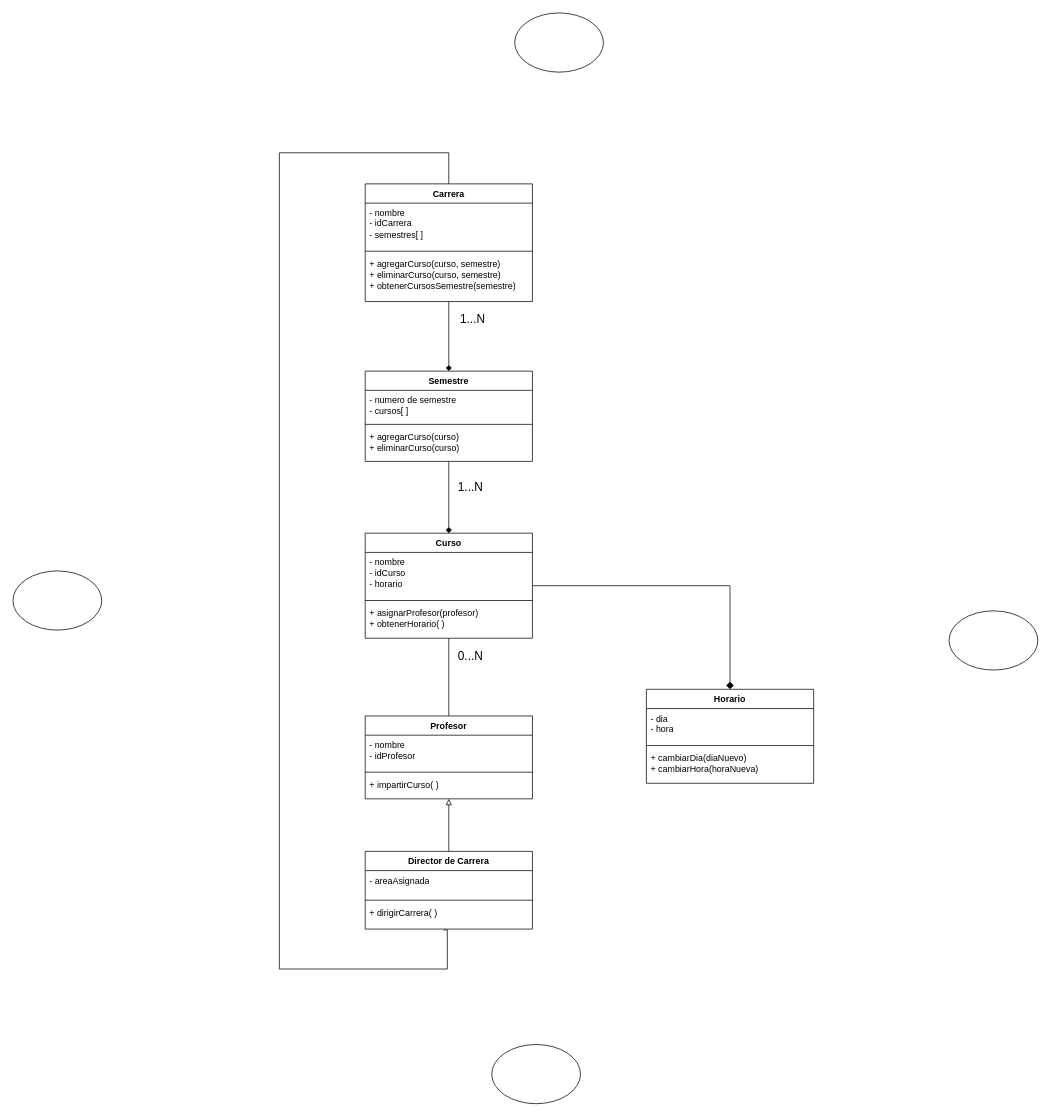
Earlier version of the draw.io diagram Untitled Diagram.drawio (Hyasmin96/Hyasmin96). Source tidied: cells renumbered, new cells numbered last; positions are measured from the earlier drawing's top-left corner, leaving out a move shared by most shapes. Both pictures are drawn from the tidied source at 74%, with x=0, y=0 at pixel (13, 13).
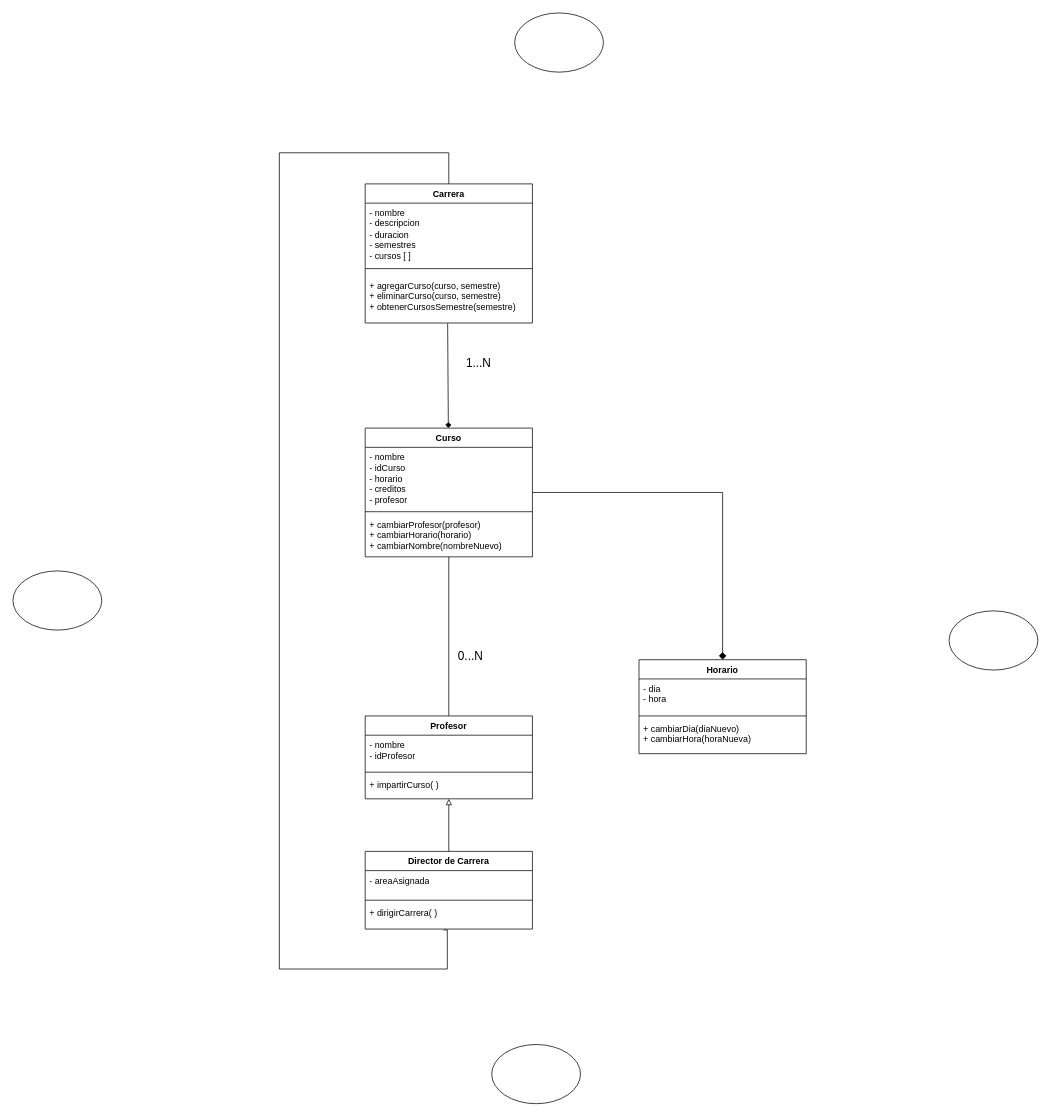
After the change.

Diff of the diagram source:
```diff
@@
-    <mxCell id="2" style="&lt;mxCell id=&quot;conector&quot; style=&quot;edgeStyle=elbowEdgeStyle;startArrow=none;startFill=1;endArrow=diamond;endFill=1;&quot; edge=&quot;1&quot; parent=&quot;1&quot; source=&quot;idParte&quot; target=&quot;idTodo&quot;&gt;&#10;  &lt;mxGeometry relative=&quot;1&quot; as=&quot;geometry&quot;/&gt;&#10;&lt;/mxCell&gt;;" parent="1" edge="1" source="4" target="9">
-      <mxGeometry relative="1" as="geometry" />
-    </mxCell>
@@
     <mxCell id="4" value="Carrera" style="swimlane;fontStyle=1;align=center;verticalAlign=top;horizontal=1;startSize=26;whiteSpace=wrap;html=1;" parent="1" vertex="1">
-      <mxGeometry x="476" y="231" width="226" height="159" as="geometry" />
+      <mxGeometry x="476" y="231" width="226" height="188" as="geometry" />
     </mxCell>
-    <mxCell id="5" value="&lt;div&gt;- nombre&lt;/div&gt;&lt;div&gt;- idCarrera&amp;nbsp;&lt;/div&gt;&lt;div&gt;- semestres[ ]&lt;/div&gt;&lt;div&gt;&lt;br&gt;&lt;/div&gt;" style="text;strokeColor=none;fillColor=none;align=left;verticalAlign=top;spacingLeft=4;spacingRight=4;overflow=hidden;whiteSpace=wrap;html=1;" parent="4" vertex="1">
-      <mxGeometry y="26" width="226" height="61" as="geometry" />
+    <mxCell id="5" value="&lt;div&gt;- nombre&lt;/div&gt;&lt;div&gt;- descripcion&lt;/div&gt;&lt;div&gt;- duracion&amp;nbsp;&lt;/div&gt;&lt;div&gt;- semestres&lt;/div&gt;&lt;div&gt;- cursos [ ]&lt;/div&gt;&lt;div&gt;&lt;br&gt;&lt;/div&gt;" style="text;strokeColor=none;fillColor=none;align=left;verticalAlign=top;spacingLeft=4;spacingRight=4;overflow=hidden;whiteSpace=wrap;html=1;" parent="4" vertex="1">
+      <mxGeometry y="26" width="226" height="79" as="geometry" />
     </mxCell>
     <mxCell id="6" style="line;strokeWidth=1;fillColor=none;align=left;verticalAlign=middle;spacingTop=-1;spacingLeft=3;spacingRight=3;labelPosition=right;strokeColor=inherit;" parent="4" vertex="1">
-      <mxGeometry y="87" width="226" height="8" as="geometry" />
+      <mxGeometry y="105" width="226" height="19" as="geometry" />
     </mxCell>
     <mxCell id="7" value="+ agregarCurso(curso, semestre)&lt;div&gt;+ eliminarCurso(curso, semestre)&lt;/div&gt;&lt;div&gt;+ obtenerCursosSemestre(semestre)&lt;/div&gt;" style="text;strokeColor=none;fillColor=none;align=left;verticalAlign=top;spacingLeft=4;spacingRight=4;overflow=hidden;points=[[0,0.5],[1,0.5]];portConstraint=eastwest;whiteSpace=wrap;html=1;" parent="4" vertex="1">
-      <mxGeometry y="95" width="226" height="64" as="geometry" />
+      <mxGeometry y="124" width="226" height="64" as="geometry" />
     </mxCell>
-    <mxCell id="8" style="&lt;mxCell id=&quot;conector&quot; style=&quot;edgeStyle=elbowEdgeStyle;startArrow=none;startFill=1;endArrow=diamond;endFill=1;&quot; edge=&quot;1&quot; parent=&quot;1&quot; source=&quot;idParte&quot; target=&quot;idTodo&quot;&gt;&#10;  &lt;mxGeometry relative=&quot;1&quot; as=&quot;geometry&quot;/&gt;&#10;&lt;/mxCell&gt;;" parent="1" edge="1" source="9" target="15">
+    <mxCell id="8" style="&lt;mxCell id=&quot;conector&quot; style=&quot;edgeStyle=elbowEdgeStyle;startArrow=none;startFill=1;endArrow=diamond;endFill=1;&quot; edge=&quot;1&quot; parent=&quot;1&quot; source=&quot;idParte&quot; target=&quot;idTodo&quot;&gt;&#10;  &lt;mxGeometry relative=&quot;1&quot; as=&quot;geometry&quot;/&gt;&#10;&lt;/mxCell&gt;;exitX=0.493;exitY=1.006;exitDx=0;exitDy=0;exitPerimeter=0;" parent="1" edge="1" source="7" target="15">
       <mxGeometry relative="1" as="geometry" />
     </mxCell>
-    <mxCell id="9" value="Semestre" style="swimlane;fontStyle=1;align=center;verticalAlign=top;horizontal=1;startSize=26;whiteSpace=wrap;html=1;" parent="1" vertex="1">
-      <mxGeometry x="476" y="484" width="226" height="122" as="geometry" />
-    </mxCell>
-    <mxCell id="10" value="&lt;div&gt;- numero de semestre&lt;/div&gt;&lt;div&gt;- cursos[ ]&lt;/div&gt;&lt;div&gt;&lt;br&gt;&lt;/div&gt;" style="text;strokeColor=none;fillColor=none;align=left;verticalAlign=top;spacingLeft=4;spacingRight=4;overflow=hidden;whiteSpace=wrap;html=1;" parent="9" vertex="1">
-      <mxGeometry y="26" width="226" height="42" as="geometry" />
-    </mxCell>
-    <mxCell id="11" style="line;strokeWidth=1;fillColor=none;align=left;verticalAlign=middle;spacingTop=-1;spacingLeft=3;spacingRight=3;labelPosition=right;strokeColor=inherit;" parent="9" vertex="1">
-      <mxGeometry y="68" width="226" height="8" as="geometry" />
-    </mxCell>
-    <mxCell id="12" value="+ agregarCurso(curso)&lt;div&gt;+ eliminarCurso(curso)&lt;/div&gt;" style="text;strokeColor=none;fillColor=none;align=left;verticalAlign=top;spacingLeft=4;spacingRight=4;overflow=hidden;whiteSpace=wrap;html=1;" parent="9" vertex="1">
-      <mxGeometry y="76" width="226" height="46" as="geometry" />
-    </mxCell>
@@
     <mxCell id="15" value="Curso" style="swimlane;fontStyle=1;align=center;verticalAlign=top;horizontal=1;startSize=26;whiteSpace=wrap;html=1;" parent="1" vertex="1">
-      <mxGeometry x="476" y="703" width="226" height="142" as="geometry" />
+      <mxGeometry x="476" y="561" width="226" height="174" as="geometry" />
     </mxCell>
-    <mxCell id="16" value="&lt;div&gt;- nombre&lt;/div&gt;&lt;div&gt;- idCurso&lt;/div&gt;&lt;div&gt;- horario&lt;/div&gt;&lt;div&gt;&lt;br&gt;&lt;/div&gt;" style="text;strokeColor=none;fillColor=none;align=left;verticalAlign=top;spacingLeft=4;spacingRight=4;overflow=hidden;whiteSpace=wrap;html=1;" parent="15" vertex="1">
-      <mxGeometry y="26" width="226" height="61" as="geometry" />
+    <mxCell id="16" value="&lt;div&gt;- nombre&lt;/div&gt;&lt;div&gt;- idCurso&lt;/div&gt;&lt;div&gt;- horario&lt;/div&gt;&lt;div&gt;- creditos&lt;/div&gt;&lt;div&gt;- profesor&lt;/div&gt;&lt;div&gt;&lt;br&gt;&lt;/div&gt;" style="text;strokeColor=none;fillColor=none;align=left;verticalAlign=top;spacingLeft=4;spacingRight=4;overflow=hidden;whiteSpace=wrap;html=1;" parent="15" vertex="1">
+      <mxGeometry y="26" width="226" height="83" as="geometry" />
     </mxCell>
     <mxCell id="17" style="line;strokeWidth=1;fillColor=none;align=left;verticalAlign=middle;spacingTop=-1;spacingLeft=3;spacingRight=3;labelPosition=right;strokeColor=inherit;" parent="15" vertex="1">
-      <mxGeometry y="87" width="226" height="8" as="geometry" />
+      <mxGeometry y="109" width="226" height="8" as="geometry" />
     </mxCell>
-    <mxCell id="18" value="+ asignarProfesor(profesor)&lt;div&gt;+ obtenerHorario( )&lt;/div&gt;" style="text;strokeColor=none;fillColor=none;align=left;verticalAlign=top;spacingLeft=4;spacingRight=4;overflow=hidden;whiteSpace=wrap;html=1;" parent="15" vertex="1">
-      <mxGeometry y="95" width="226" height="47" as="geometry" />
+    <mxCell id="18" value="+ cambiarProfesor(profesor)&lt;div&gt;+ cambiarHorario(horario)&lt;/div&gt;&lt;div&gt;+ cambiarNombre(nombreNuevo)&lt;/div&gt;" style="text;strokeColor=none;fillColor=none;align=left;verticalAlign=top;spacingLeft=4;spacingRight=4;overflow=hidden;whiteSpace=wrap;html=1;" parent="15" vertex="1">
+      <mxGeometry y="117" width="226" height="57" as="geometry" />
     </mxCell>
@@
     <mxCell id="27" value="Horario" style="swimlane;fontStyle=1;align=center;verticalAlign=top;horizontal=1;startSize=26;whiteSpace=wrap;html=1;" parent="1" vertex="1">
-      <mxGeometry x="856" y="914" width="226" height="127" as="geometry" />
+      <mxGeometry x="846" y="874" width="226" height="127" as="geometry" />
     </mxCell>
@@
-    <mxCell id="33" value="1...N" style="text;html=1;align=center;verticalAlign=middle;strokeColor=none;fillColor=none;fontSize=16;rotation=0;" parent="1" vertex="1">
-      <mxGeometry x="595" y="398" width="52" height="31" as="geometry" />
-    </mxCell>
     <mxCell id="34" value="1...N" style="text;html=1;align=center;verticalAlign=middle;strokeColor=none;fillColor=none;fontSize=16;rotation=0;" parent="1" vertex="1">
-      <mxGeometry x="592" y="624" width="52" height="31" as="geometry" />
+      <mxGeometry x="603" y="457" width="52" height="31" as="geometry" />
     </mxCell>
```
